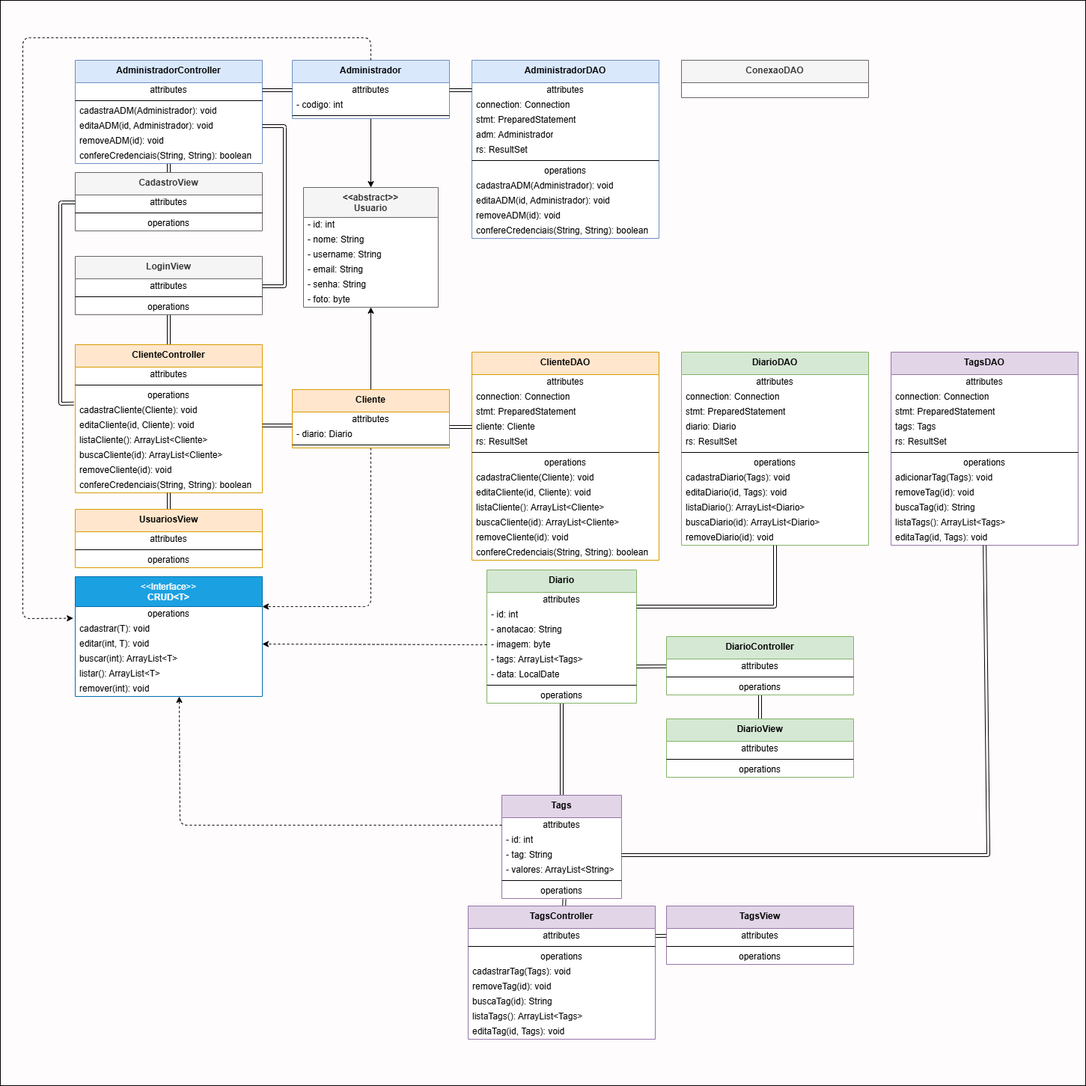
laisvarela/DiarioProjeto keeps this draw.io diagram as Documentação/diagramaUML.png. Above is the earlier version. Source tidied: cells renumbered, new cells last; positions are measured from the earlier drawing's top-left corner, leaving out a move shared by most shapes.
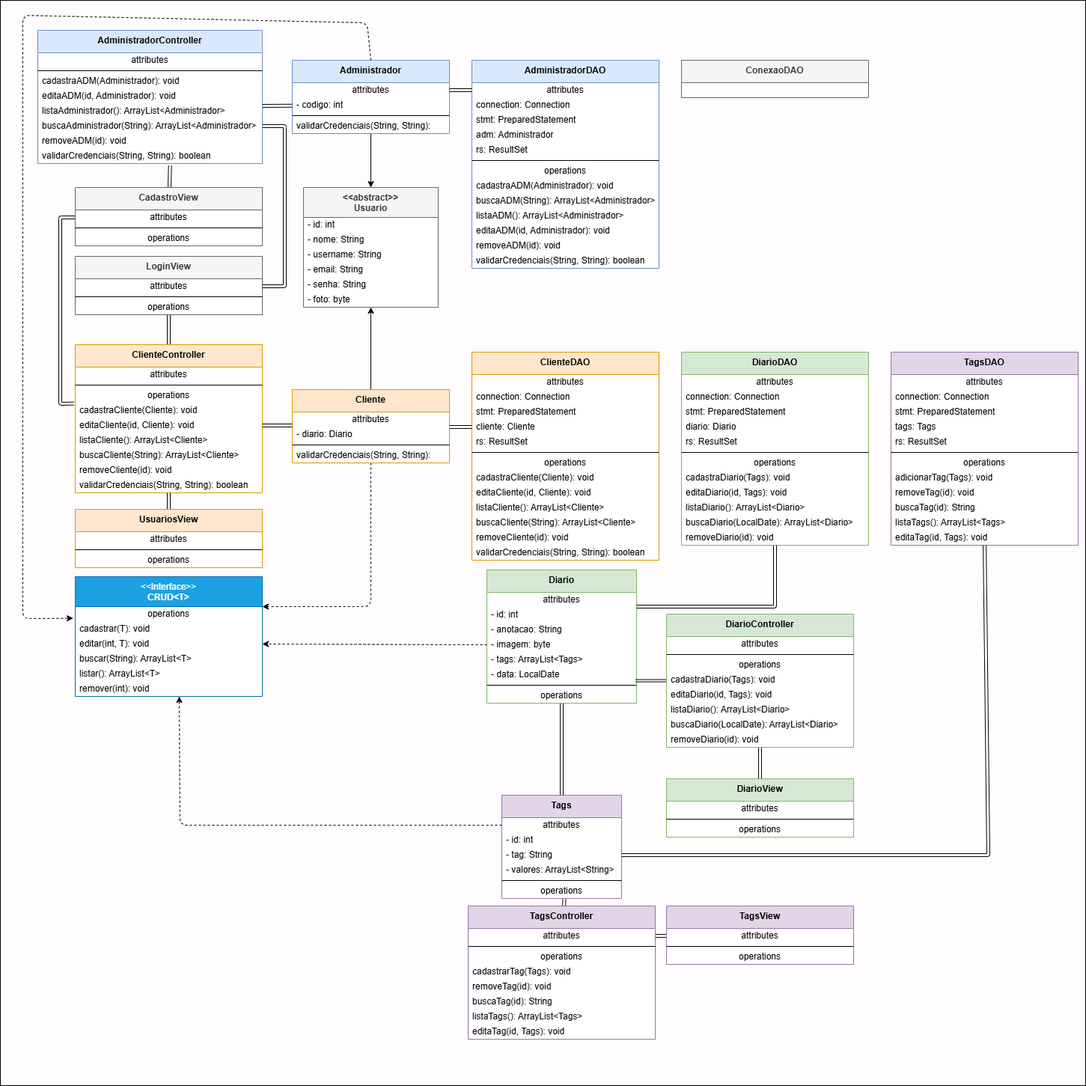
The same diagram one commit later.

Change to the diagram source:
```diff
@@ -13,4 +13,4 @@
         <Array as="points">
-          <mxPoint x="495" y="50" />
-          <mxPoint x="30" y="50" />
+          <mxPoint x="490" y="30" />
+          <mxPoint x="30" y="20" />
           <mxPoint x="30" y="826" />
@@ -20,3 +20,3 @@
     <mxCell id="5" value="&lt;div&gt;&lt;b style=&quot;background-color: transparent;&quot;&gt;Administrador&lt;/b&gt;&lt;/div&gt;" style="swimlane;fontStyle=0;align=center;verticalAlign=top;horizontal=1;startSize=30;html=1;whiteSpace=wrap;fillColor=#dae8fc;strokeColor=#6c8ebf;swimlaneFillColor=default;" parent="1" vertex="1">
-      <mxGeometry x="390" y="80" width="210" height="78" as="geometry" />
+      <mxGeometry x="390" y="80" width="210" height="98" as="geometry" />
     </mxCell>
@@ -31,2 +31,5 @@
     </mxCell>
+    <mxCell id="166" value="validarCredenciais(String, String): boolean" style="text;html=1;strokeColor=none;fillColor=none;align=left;verticalAlign=middle;spacingLeft=4;spacingRight=4;overflow=hidden;whiteSpace=wrap;" parent="5" vertex="1">
+      <mxGeometry y="78" width="210" height="20" as="geometry" />
+    </mxCell>
     <mxCell id="9" value="&lt;div&gt;&lt;b style=&quot;background-color: transparent;&quot;&gt;&amp;lt;&amp;lt;abstract&amp;gt;&amp;gt;&lt;/b&gt;&lt;/div&gt;&lt;div&gt;&lt;b style=&quot;background-color: transparent;&quot;&gt;Usuario&lt;/b&gt;&lt;/div&gt;" style="swimlane;fontStyle=0;align=center;verticalAlign=top;horizontal=1;startSize=40;html=1;whiteSpace=wrap;fillColor=#f5f5f5;strokeColor=#666666;fontColor=#333333;swimlaneFillColor=default;" parent="1" vertex="1">
@@ -76,3 +79,3 @@
     </mxCell>
-    <mxCell id="24" value="buscaCliente(id): ArrayList&amp;lt;Cliente&amp;gt;" style="text;html=1;strokeColor=none;fillColor=none;align=left;verticalAlign=middle;spacingLeft=4;spacingRight=4;overflow=hidden;whiteSpace=wrap;" parent="17" vertex="1">
+    <mxCell id="24" value="buscaCliente(&lt;span style=&quot;color: rgb(0, 0, 0);&quot;&gt;String&lt;/span&gt;): ArrayList&amp;lt;Cliente&amp;gt;" style="text;html=1;strokeColor=none;fillColor=none;align=left;verticalAlign=middle;spacingLeft=4;spacingRight=4;overflow=hidden;whiteSpace=wrap;" parent="17" vertex="1">
       <mxGeometry y="138" width="250" height="20" as="geometry" />
@@ -82,3 +85,3 @@
     </mxCell>
-    <mxCell id="26" value="confereCredenciais(String, String): boolean" style="text;html=1;strokeColor=none;fillColor=none;align=left;verticalAlign=middle;spacingLeft=4;spacingRight=4;overflow=hidden;points=[[0,0.5],[1,0.5]];portConstraint=eastwest;whiteSpace=wrap;" parent="17" vertex="1">
+    <mxCell id="26" value="validarCredenciais(String, String): boolean" style="text;html=1;strokeColor=none;fillColor=none;align=left;verticalAlign=middle;spacingLeft=4;spacingRight=4;overflow=hidden;points=[[0,0.5],[1,0.5]];portConstraint=eastwest;whiteSpace=wrap;" parent="17" vertex="1">
       <mxGeometry y="178" width="250" height="20" as="geometry" />
@@ -118,3 +121,3 @@
     </mxCell>
-    <mxCell id="38" value="buscaCliente(id): ArrayList&amp;lt;Cliente&amp;gt;" style="text;html=1;strokeColor=none;fillColor=none;align=left;verticalAlign=middle;spacingLeft=4;spacingRight=4;overflow=hidden;whiteSpace=wrap;" parent="27" vertex="1">
+    <mxCell id="38" value="buscaCliente(&lt;span style=&quot;color: rgb(0, 0, 0);&quot;&gt;String&lt;/span&gt;): ArrayList&amp;lt;Cliente&amp;gt;" style="text;html=1;strokeColor=none;fillColor=none;align=left;verticalAlign=middle;spacingLeft=4;spacingRight=4;overflow=hidden;whiteSpace=wrap;" parent="27" vertex="1">
       <mxGeometry y="218" width="250" height="20" as="geometry" />
@@ -124,3 +127,3 @@
     </mxCell>
-    <mxCell id="40" value="confereCredenciais(String, String): boolean" style="text;html=1;strokeColor=none;fillColor=none;align=left;verticalAlign=middle;spacingLeft=4;spacingRight=4;overflow=hidden;whiteSpace=wrap;" parent="27" vertex="1">
+    <mxCell id="40" value="validarCredenciais(String, String): boolean" style="text;html=1;strokeColor=none;fillColor=none;align=left;verticalAlign=middle;spacingLeft=4;spacingRight=4;overflow=hidden;whiteSpace=wrap;" parent="27" vertex="1">
       <mxGeometry y="258" width="250" height="20" as="geometry" />
@@ -178,3 +181,3 @@
     </mxCell>
-    <mxCell id="58" style="edgeStyle=none;html=1;shape=link;" parent="1" edge="1" source="59" target="105">
+    <mxCell id="58" style="edgeStyle=none;html=1;shape=link;entryX=0.589;entryY=1.14;entryDx=0;entryDy=0;entryPerimeter=0;" parent="1" edge="1" source="59" target="106">
       <mxGeometry relative="1" as="geometry" />
@@ -182,3 +185,3 @@
     <mxCell id="59" value="&lt;div&gt;&lt;b style=&quot;background-color: transparent;&quot;&gt;CadastroView&lt;/b&gt;&lt;/div&gt;&lt;div&gt;&lt;b style=&quot;background-color: transparent;&quot;&gt;&lt;br&gt;&lt;/b&gt;&lt;/div&gt;" style="swimlane;fontStyle=0;align=center;verticalAlign=top;horizontal=1;startSize=30;html=1;whiteSpace=wrap;fillColor=#f5f5f5;strokeColor=#666666;fontColor=#333333;swimlaneFillColor=default;" parent="1" vertex="1">
-      <mxGeometry x="100" y="230" width="250" height="78" as="geometry" />
+      <mxGeometry x="100" y="250" width="250" height="78" as="geometry" />
     </mxCell>
@@ -209,3 +212,3 @@
     <mxCell id="68" value="&lt;div&gt;&lt;b style=&quot;background-color: transparent;&quot;&gt;DiarioView&lt;/b&gt;&lt;/div&gt;&lt;div&gt;&lt;b style=&quot;background-color: transparent;&quot;&gt;&lt;br&gt;&lt;/b&gt;&lt;/div&gt;" style="swimlane;fontStyle=0;align=center;verticalAlign=top;horizontal=1;startSize=30;html=1;whiteSpace=wrap;fillColor=#d5e8d4;strokeColor=#82b366;swimlaneFillColor=default;" parent="1" vertex="1">
-      <mxGeometry x="890" y="960" width="250" height="78" as="geometry" />
+      <mxGeometry x="890" y="1040" width="250" height="78" as="geometry" />
     </mxCell>
@@ -283,3 +286,3 @@
     </mxCell>
-    <mxCell id="93" value="buscaDiario(id): ArrayList&amp;lt;Diario&amp;gt;" style="text;html=1;strokeColor=none;fillColor=none;align=left;verticalAlign=middle;spacingLeft=4;spacingRight=4;overflow=hidden;whiteSpace=wrap;" parent="82" vertex="1">
+    <mxCell id="93" value="buscaDiario(LocalDate): ArrayList&amp;lt;Diario&amp;gt;" style="text;html=1;strokeColor=none;fillColor=none;align=left;verticalAlign=middle;spacingLeft=4;spacingRight=4;overflow=hidden;whiteSpace=wrap;" parent="82" vertex="1">
       <mxGeometry y="218" width="250" height="20" as="geometry" />
@@ -289,9 +292,7 @@
     </mxCell>
-    <mxCell id="95" style="edgeStyle=none;html=1;shape=link;" parent="1" edge="1" source="96">
-      <mxGeometry relative="1" as="geometry">
-        <mxPoint x="850" y="890" as="targetPoint" />
-      </mxGeometry>
+    <mxCell id="95" style="edgeStyle=none;html=1;shape=link;width=-3;entryX=0.995;entryY=0.9;entryDx=0;entryDy=0;entryPerimeter=0;" parent="1" edge="1" source="96" target="55">
+      <mxGeometry relative="1" as="geometry" />
     </mxCell>
     <mxCell id="96" value="&lt;div&gt;&lt;b style=&quot;background-color: transparent;&quot;&gt;DiarioController&lt;/b&gt;&lt;/div&gt;" style="swimlane;fontStyle=0;align=center;verticalAlign=top;horizontal=1;startSize=30;html=1;whiteSpace=wrap;fillColor=#d5e8d4;strokeColor=#82b366;swimlaneFillColor=default;" parent="1" vertex="1">
-      <mxGeometry x="890" y="850" width="250" height="78" as="geometry" />
+      <mxGeometry x="890" y="820" width="250" height="178" as="geometry" />
     </mxCell>
@@ -306,25 +307,46 @@
     </mxCell>
+    <mxCell id="167" value="cadastraDiario(Tags): void" style="text;html=1;strokeColor=none;fillColor=none;align=left;verticalAlign=middle;spacingLeft=4;spacingRight=4;overflow=hidden;whiteSpace=wrap;" parent="96" vertex="1">
+      <mxGeometry y="78" width="250" height="20" as="geometry" />
+    </mxCell>
+    <mxCell id="168" value="editaDiario(id, Tags): void" style="text;html=1;strokeColor=none;fillColor=none;align=left;verticalAlign=middle;spacingLeft=4;spacingRight=4;overflow=hidden;whiteSpace=wrap;" parent="96" vertex="1">
+      <mxGeometry y="98" width="250" height="20" as="geometry" />
+    </mxCell>
+    <mxCell id="169" value="listaDiario(): ArrayList&amp;lt;Diario&amp;gt;" style="text;html=1;strokeColor=none;fillColor=none;align=left;verticalAlign=middle;spacingLeft=4;spacingRight=4;overflow=hidden;whiteSpace=wrap;" parent="96" vertex="1">
+      <mxGeometry y="118" width="250" height="20" as="geometry" />
+    </mxCell>
+    <mxCell id="170" value="buscaDiario(LocalDate): ArrayList&amp;lt;Diario&amp;gt;" style="text;html=1;strokeColor=none;fillColor=none;align=left;verticalAlign=middle;spacingLeft=4;spacingRight=4;overflow=hidden;whiteSpace=wrap;" parent="96" vertex="1">
+      <mxGeometry y="138" width="250" height="20" as="geometry" />
+    </mxCell>
+    <mxCell id="171" value="removeDiario(id): void" style="text;html=1;strokeColor=none;fillColor=none;align=left;verticalAlign=middle;spacingLeft=4;spacingRight=4;overflow=hidden;whiteSpace=wrap;" parent="96" vertex="1">
+      <mxGeometry y="158" width="250" height="20" as="geometry" />
+    </mxCell>
     <mxCell id="100" value="&lt;div&gt;&lt;b style=&quot;background-color: transparent;&quot;&gt;AdministradorController&lt;/b&gt;&lt;/div&gt;" style="swimlane;fontStyle=0;align=center;verticalAlign=top;horizontal=1;startSize=30;html=1;whiteSpace=wrap;fillColor=#dae8fc;strokeColor=#6c8ebf;gradientColor=none;swimlaneFillColor=default;" parent="1" vertex="1">
-      <mxGeometry x="100" y="80" width="250" height="138" as="geometry" />
+      <mxGeometry x="50" y="40" width="300" height="178" as="geometry" />
     </mxCell>
     <mxCell id="101" value="attributes" style="text;html=1;strokeColor=none;fillColor=none;align=center;verticalAlign=middle;spacingLeft=4;spacingRight=4;overflow=hidden;points=[[0,0.5],[1,0.5]];portConstraint=eastwest;whiteSpace=wrap;" parent="100" vertex="1">
-      <mxGeometry y="30" width="250" height="20" as="geometry" />
+      <mxGeometry y="30" width="300" height="20" as="geometry" />
     </mxCell>
     <mxCell id="102" style="line;strokeWidth=1;fillColor=none;align=left;verticalAlign=middle;spacingTop=-1;spacingLeft=3;spacingRight=3;labelPosition=right;" parent="100" vertex="1">
-      <mxGeometry y="50" width="250" height="8" as="geometry" />
+      <mxGeometry y="50" width="300" height="8" as="geometry" />
     </mxCell>
     <mxCell id="103" value="cadastraADM(Administrador): void" style="text;html=1;strokeColor=none;fillColor=none;align=left;verticalAlign=middle;spacingLeft=4;spacingRight=4;overflow=hidden;whiteSpace=wrap;" parent="100" vertex="1">
-      <mxGeometry y="58" width="250" height="20" as="geometry" />
+      <mxGeometry y="58" width="300" height="20" as="geometry" />
     </mxCell>
     <mxCell id="104" value="editaADM(id, Administrador): void" style="text;html=1;strokeColor=none;fillColor=none;align=left;verticalAlign=middle;spacingLeft=4;spacingRight=4;overflow=hidden;points=[[0,0.5],[1,0.5]];portConstraint=eastwest;whiteSpace=wrap;" parent="100" vertex="1">
-      <mxGeometry y="78" width="250" height="20" as="geometry" />
+      <mxGeometry y="78" width="300" height="20" as="geometry" />
     </mxCell>
+    <mxCell id="172" value="listaAdministrador(): ArrayList&amp;lt;Administrador&amp;gt;" style="text;html=1;strokeColor=none;fillColor=none;align=left;verticalAlign=middle;spacingLeft=4;spacingRight=4;overflow=hidden;whiteSpace=wrap;" parent="100" vertex="1">
+      <mxGeometry y="98" width="300" height="20" as="geometry" />
+    </mxCell>
+    <mxCell id="173" value="busca&lt;span style=&quot;color: rgb(0, 0, 0);&quot;&gt;Administrador&lt;/span&gt;(&lt;span style=&quot;color: rgb(0, 0, 0);&quot;&gt;String&lt;/span&gt;): ArrayList&amp;lt;&lt;span style=&quot;color: rgb(0, 0, 0);&quot;&gt;Administrador&lt;/span&gt;&amp;gt;" style="text;html=1;strokeColor=none;fillColor=none;align=left;verticalAlign=middle;spacingLeft=4;spacingRight=4;overflow=hidden;points=[[0,0.5],[1,0.5]];portConstraint=eastwest;whiteSpace=wrap;" parent="100" vertex="1">
+      <mxGeometry y="118" width="300" height="20" as="geometry" />
+    </mxCell>
     <mxCell id="105" value="removeADM(id): void" style="text;html=1;strokeColor=none;fillColor=none;align=left;verticalAlign=middle;spacingLeft=4;spacingRight=4;overflow=hidden;points=[[0,0.5],[1,0.5]];portConstraint=eastwest;whiteSpace=wrap;" parent="100" vertex="1">
-      <mxGeometry y="98" width="250" height="20" as="geometry" />
+      <mxGeometry y="138" width="300" height="20" as="geometry" />
     </mxCell>
-    <mxCell id="106" value="confereCredenciais(String, String): boolean" style="text;html=1;strokeColor=none;fillColor=none;align=left;verticalAlign=middle;spacingLeft=4;spacingRight=4;overflow=hidden;points=[[0,0.5],[1,0.5]];portConstraint=eastwest;whiteSpace=wrap;" parent="100" vertex="1">
-      <mxGeometry y="118" width="250" height="20" as="geometry" />
+    <mxCell id="106" value="validarCredenciais(String, String): boolean" style="text;html=1;strokeColor=none;fillColor=none;align=left;verticalAlign=middle;spacingLeft=4;spacingRight=4;overflow=hidden;points=[[0,0.5],[1,0.5]];portConstraint=eastwest;whiteSpace=wrap;" parent="100" vertex="1">
+      <mxGeometry y="158" width="300" height="20" as="geometry" />
     </mxCell>
     <mxCell id="107" value="&lt;div&gt;&lt;b style=&quot;background-color: transparent;&quot;&gt;AdministradorDAO&lt;/b&gt;&lt;/div&gt;&lt;div&gt;&lt;b style=&quot;background-color: transparent;&quot;&gt;&lt;br&gt;&lt;/b&gt;&lt;/div&gt;" style="swimlane;fontStyle=0;align=center;verticalAlign=top;horizontal=1;startSize=30;html=1;whiteSpace=wrap;fillColor=#dae8fc;strokeColor=#6c8ebf;swimlaneFillColor=default;" parent="1" vertex="1">
-      <mxGeometry x="630" y="80" width="250" height="238" as="geometry" />
+      <mxGeometry x="630" y="80" width="250" height="278" as="geometry" />
     </mxCell>
@@ -354,10 +376,16 @@
     </mxCell>
+    <mxCell id="174" value="buscaADM(&lt;span style=&quot;color: rgb(0, 0, 0);&quot;&gt;String&lt;/span&gt;): ArrayList&amp;lt;Administrador&amp;gt;" style="text;html=1;strokeColor=none;fillColor=none;align=left;verticalAlign=middle;spacingLeft=4;spacingRight=4;overflow=hidden;whiteSpace=wrap;" parent="107" vertex="1">
+      <mxGeometry y="178" width="250" height="20" as="geometry" />
+    </mxCell>
+    <mxCell id="175" value="listaADM(): ArrayList&amp;lt;Administrador&amp;gt;" style="text;html=1;strokeColor=none;fillColor=none;align=left;verticalAlign=middle;spacingLeft=4;spacingRight=4;overflow=hidden;whiteSpace=wrap;" parent="107" vertex="1">
+      <mxGeometry y="198" width="250" height="20" as="geometry" />
+    </mxCell>
     <mxCell id="116" value="editaADM(id, Administrador): void" style="text;html=1;strokeColor=none;fillColor=none;align=left;verticalAlign=middle;spacingLeft=4;spacingRight=4;overflow=hidden;whiteSpace=wrap;" parent="107" vertex="1">
-      <mxGeometry y="178" width="250" height="20" as="geometry" />
+      <mxGeometry y="218" width="250" height="20" as="geometry" />
     </mxCell>
     <mxCell id="117" value="removeADM(id): void" style="text;html=1;strokeColor=none;fillColor=none;align=left;verticalAlign=middle;spacingLeft=4;spacingRight=4;overflow=hidden;whiteSpace=wrap;" parent="107" vertex="1">
-      <mxGeometry y="198" width="250" height="20" as="geometry" />
+      <mxGeometry y="238" width="250" height="20" as="geometry" />
     </mxCell>
-    <mxCell id="118" value="confereCredenciais(String, String): boolean" style="text;html=1;strokeColor=none;fillColor=none;align=left;verticalAlign=middle;spacingLeft=4;spacingRight=4;overflow=hidden;whiteSpace=wrap;" parent="107" vertex="1">
-      <mxGeometry y="218" width="250" height="20" as="geometry" />
+    <mxCell id="118" value="validarCredenciais(String, String): boolean" style="text;html=1;strokeColor=none;fillColor=none;align=left;verticalAlign=middle;spacingLeft=4;spacingRight=4;overflow=hidden;whiteSpace=wrap;" parent="107" vertex="1">
+      <mxGeometry y="258" width="250" height="20" as="geometry" />
     </mxCell>
@@ -393,3 +421,3 @@
     </mxCell>
-    <mxCell id="129" value="buscaTag(id): String" style="text;html=1;strokeColor=none;fillColor=none;align=left;verticalAlign=middle;spacingLeft=4;spacingRight=4;overflow=hidden;whiteSpace=wrap;" parent="119" vertex="1">
+    <mxCell id="129" value="buscaTag(id&lt;span style=&quot;background-color: transparent;&quot;&gt;): String&lt;/span&gt;" style="text;html=1;strokeColor=none;fillColor=none;align=left;verticalAlign=middle;spacingLeft=4;spacingRight=4;overflow=hidden;whiteSpace=wrap;" parent="119" vertex="1">
       <mxGeometry y="198" width="250" height="20" as="geometry" />
@@ -416,3 +444,3 @@
     <mxCell id="135" value="&lt;div&gt;&lt;b style=&quot;background-color: transparent;&quot;&gt;Cliente&lt;/b&gt;&lt;/div&gt;" style="swimlane;fontStyle=0;align=center;verticalAlign=top;horizontal=1;startSize=30;html=1;whiteSpace=wrap;fillColor=#ffe6cc;strokeColor=#d79b00;swimlaneFillColor=default;" parent="1" vertex="1">
-      <mxGeometry x="390" y="520" width="210" height="78" as="geometry" />
+      <mxGeometry x="390" y="520" width="210" height="98" as="geometry" />
     </mxCell>
@@ -427,3 +455,6 @@
     </mxCell>
+    <mxCell id="176" value="validarCredenciais(String, String): boolean" style="text;html=1;strokeColor=none;fillColor=none;align=left;verticalAlign=middle;spacingLeft=4;spacingRight=4;overflow=hidden;whiteSpace=wrap;" parent="135" vertex="1">
+      <mxGeometry y="78" width="210" height="20" as="geometry" />
+    </mxCell>
-    <mxCell id="139" style="edgeStyle=none;html=1;exitX=1;exitY=0.5;exitDx=0;exitDy=0;entryX=1;entryY=0.5;entryDx=0;entryDy=0;shape=link;shadow=0;rounded=1;flowAnimation=0;" parent="1" edge="1" source="64" target="104">
+    <mxCell id="139" style="edgeStyle=none;html=1;exitX=1;exitY=0.5;exitDx=0;exitDy=0;entryX=1;entryY=0.5;entryDx=0;entryDy=0;shape=link;shadow=0;rounded=1;flowAnimation=0;" parent="1" edge="1" source="64" target="173">
       <mxGeometry relative="1" as="geometry">
@@ -438,3 +469,3 @@
         <Array as="points">
-          <mxPoint x="80" y="270" />
+          <mxPoint x="80" y="290" />
           <mxPoint x="80" y="539" />
@@ -483,5 +514,2 @@
     </mxCell>
-    <mxCell id="153" style="edgeStyle=none;html=1;entryX=0;entryY=0.5;entryDx=0;entryDy=0;shape=link;" parent="1" edge="1" source="101" target="6">
-      <mxGeometry relative="1" as="geometry" />
-    </mxCell>
     <mxCell id="154" style="edgeStyle=none;html=1;entryX=0;entryY=0.5;entryDx=0;entryDy=0;shape=link;" parent="1" edge="1" source="6" target="108">
@@ -501,3 +529,3 @@
     </mxCell>
-    <mxCell id="159" value="buscar(int): ArrayList&amp;lt;T&amp;gt;" style="text;html=1;strokeColor=none;fillColor=none;align=left;verticalAlign=middle;spacingLeft=4;spacingRight=4;overflow=hidden;whiteSpace=wrap;" parent="155" vertex="1">
+    <mxCell id="159" value="buscar(String): ArrayList&amp;lt;T&amp;gt;" style="text;html=1;strokeColor=none;fillColor=none;align=left;verticalAlign=middle;spacingLeft=4;spacingRight=4;overflow=hidden;whiteSpace=wrap;" parent="155" vertex="1">
       <mxGeometry y="100" width="250" height="20" as="geometry" />
@@ -537,2 +565,7 @@
     </mxCell>
+    <mxCell id="177" style="edgeStyle=none;html=1;shape=link;" parent="1" edge="1" source="7">
+      <mxGeometry relative="1" as="geometry">
+        <mxPoint x="350" y="141" as="targetPoint" />
+      </mxGeometry>
+    </mxCell>
   </root>
```
